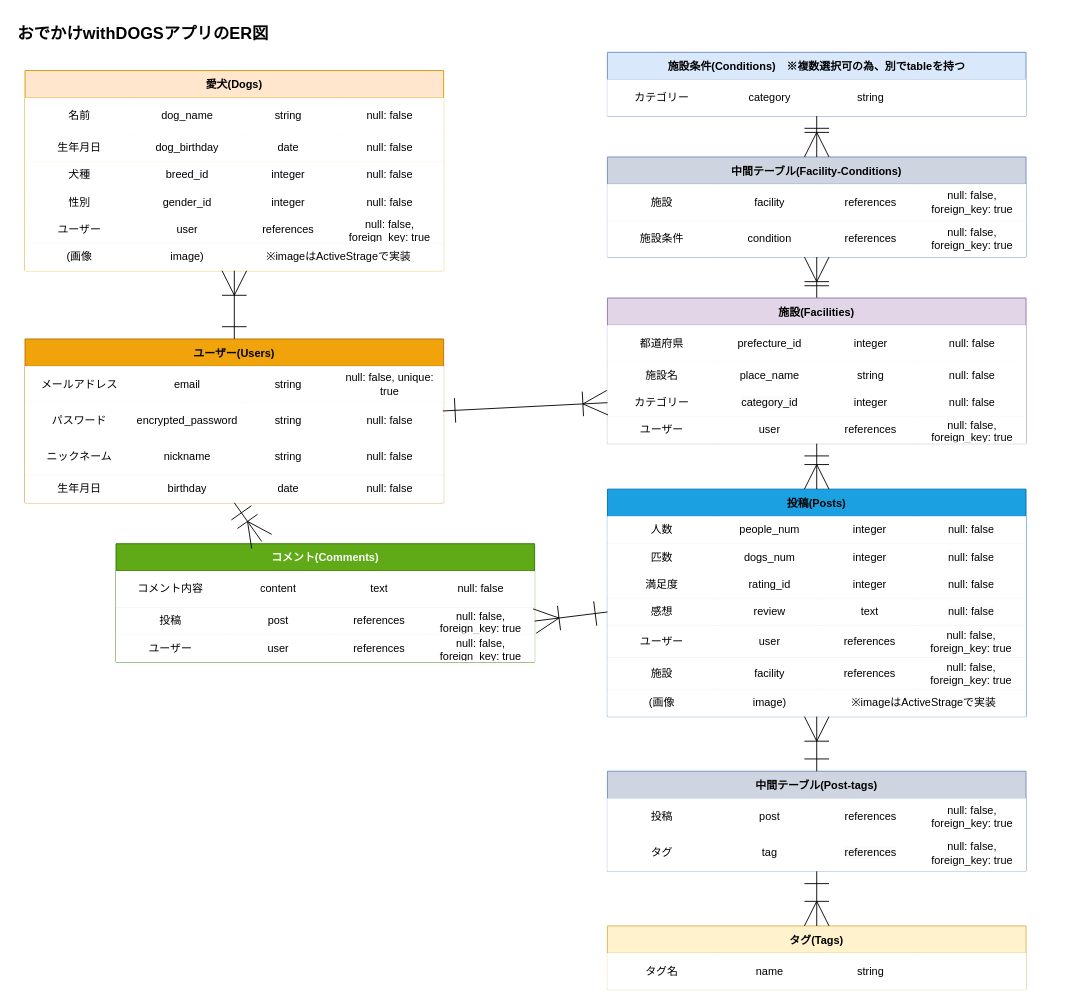
Above: OwD_ER.dio in ChisatoMatoba/odekake-with-dogs (draw.io), before the change. Source tidied: cells renumbered, new cells numbered last; positions are measured from the earlier drawing's top-left corner, leaving out a move shared by most shapes. Both pictures are drawn from the tidied source at 91%, with x=0, y=0 at pixel (15, 15).
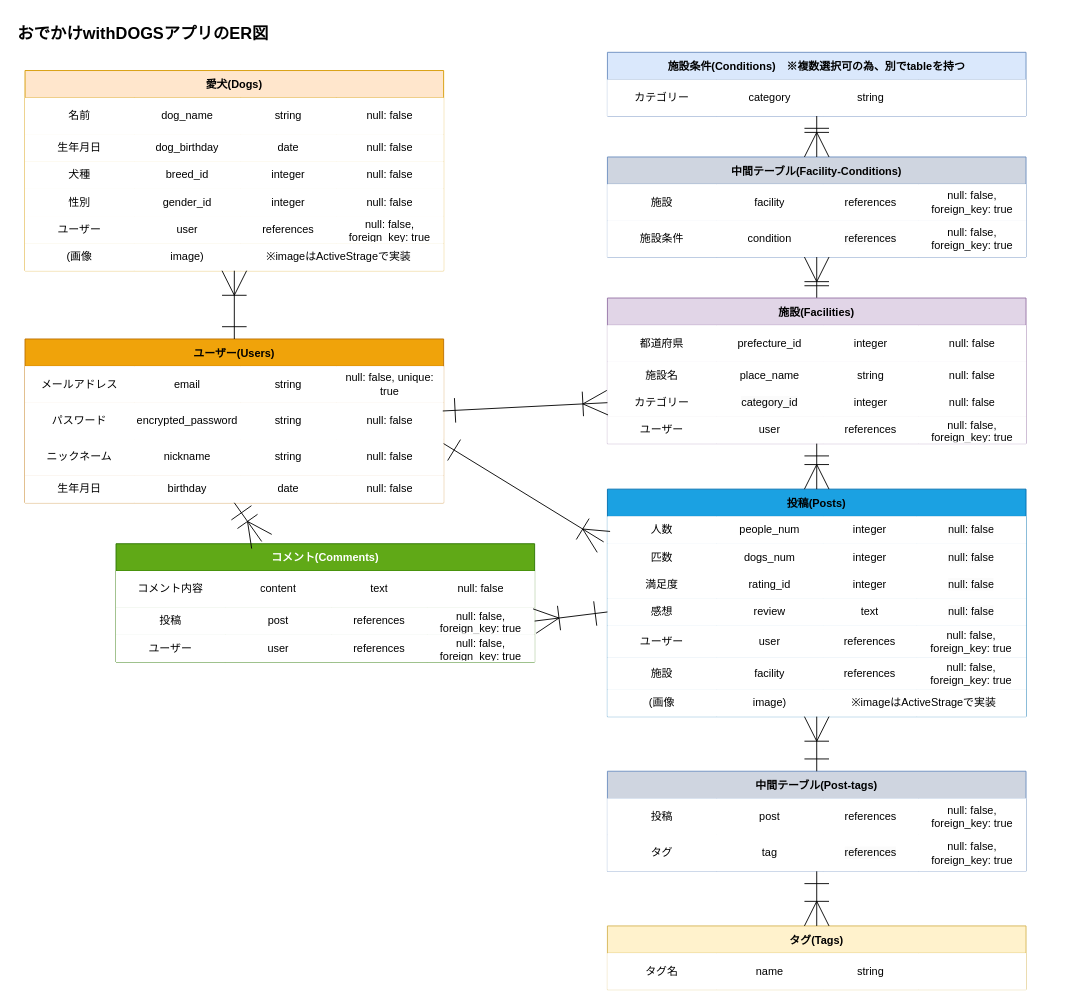
The same page after the edit.

Unchanged cells that the change refers to:
```xml
<mxCell id="8" style="shape=tableRow;horizontal=0;startSize=0;swimlaneHead=0;swimlaneBody=0;top=0;left=0;bottom=0;right=0;fillColor=#FFFFFF;points=[[0,0.5],[1,0.5]];portConstraint=eastwest;strokeColor=#000000;" parent="2" vertex="1">
  <mxGeometry y="60" width="460" height="30" as="geometry" />
</mxCell>
```

Diff of the diagram source:
```diff
@@
+    <mxCell id="174" style="fontSize=12;html=1;endArrow=ERoneToMany;exitX=0.998;exitY=0.228;exitDx=0;exitDy=0;entryX=-0.009;entryY=-0.067;entryDx=0;entryDy=0;strokeWidth=1;startSize=25;endSize=25;startArrow=ERone;startFill=0;fillColor=#FFFFFF;strokeColor=#000000;exitPerimeter=0;entryPerimeter=0;" parent="1" edge="1" target="8">
+      <mxGeometry relative="1" as="geometry">
+        <mxPoint x="470" y="470" as="sourcePoint" />
+      </mxGeometry>
+    </mxCell>
```
